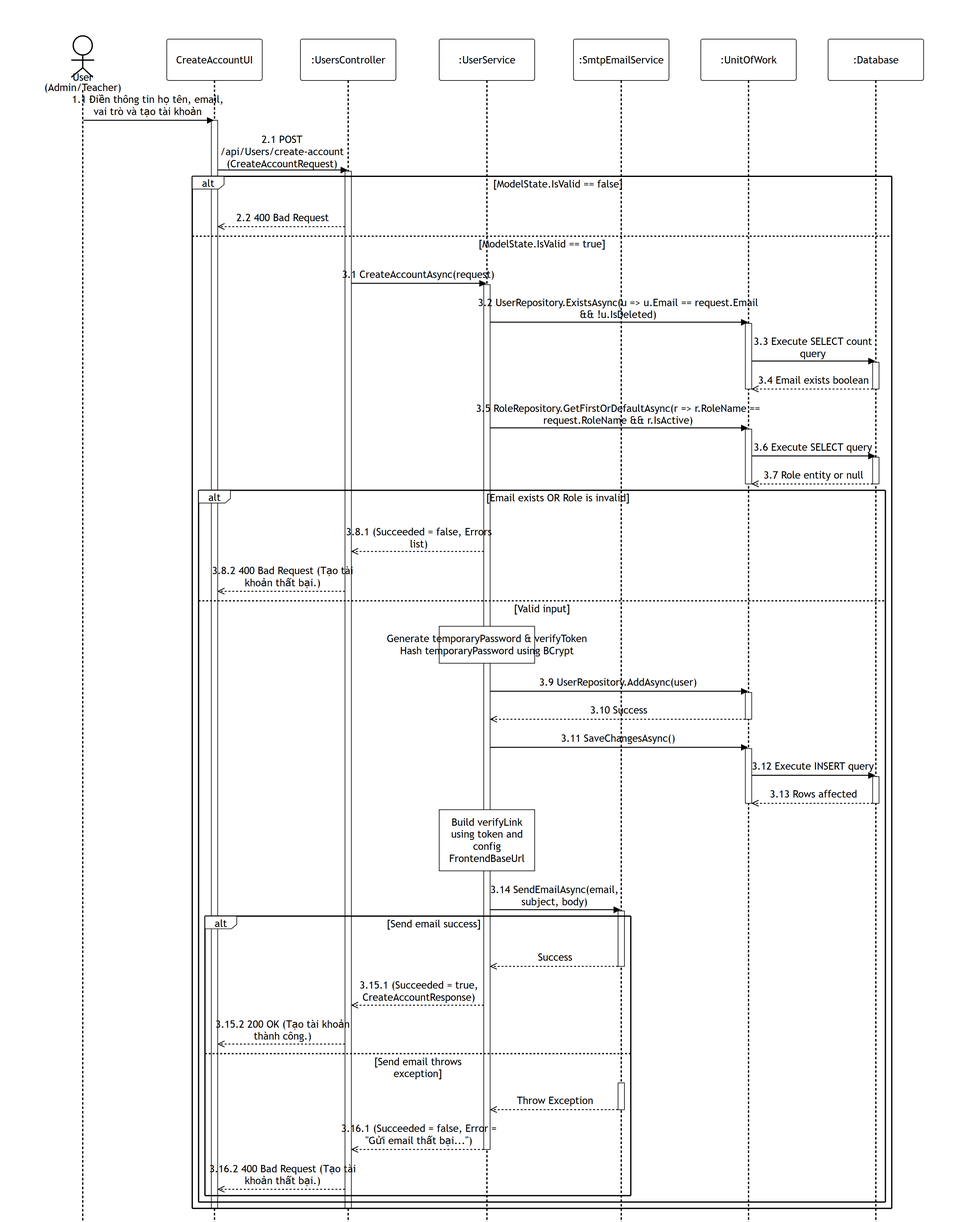
The Mermaid diagram 02-user-role-management/images/apis/create-account.png in PhucAnDev/docx-diagram, before a commit. Its source is kept beside it as 02-user-role-management/sequence-diagram/apis/create-account.mmd.
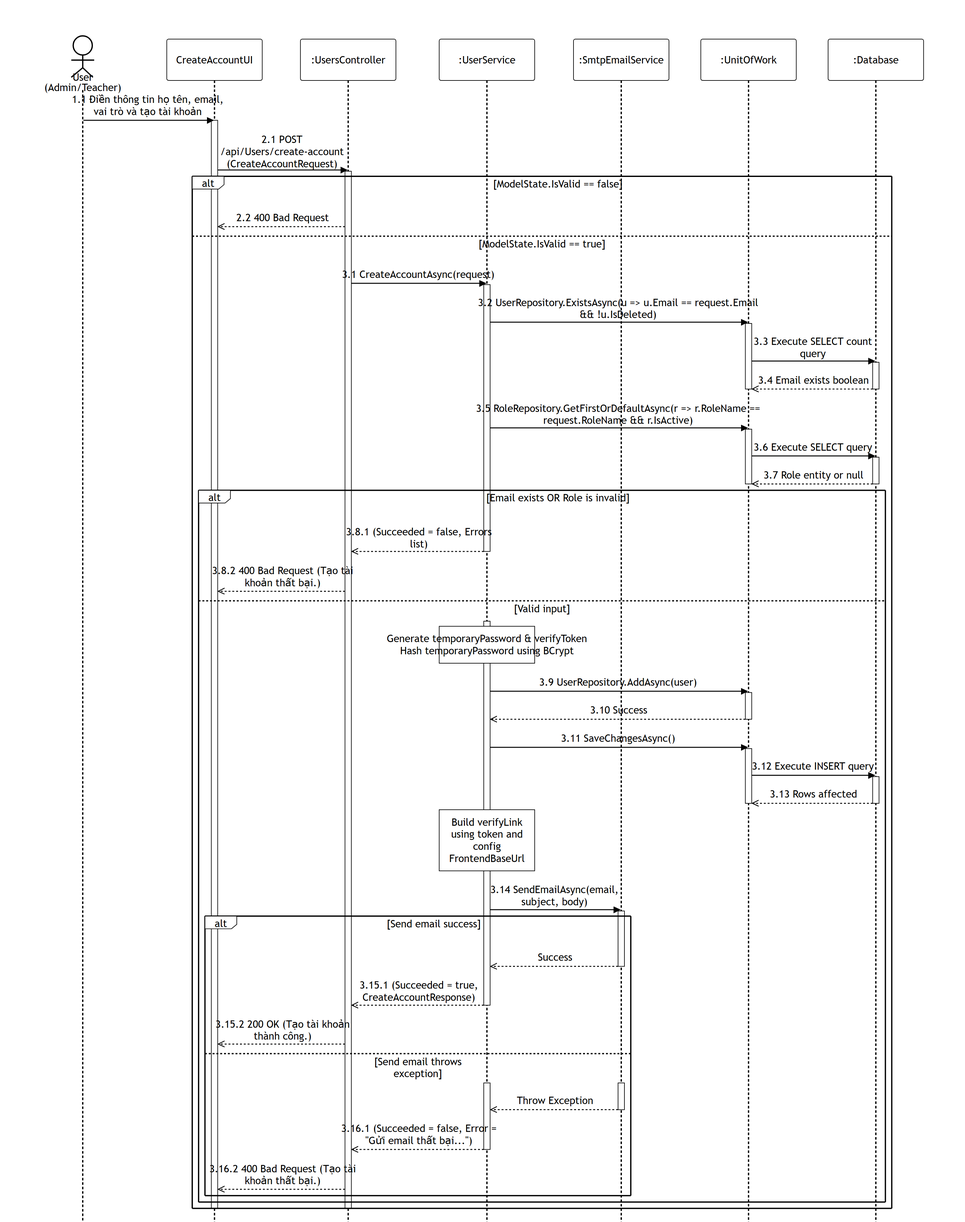
After the change.

Change to the diagram source:
```diff
@@ -41,6 +41,7 @@
             deactivate Service
             Endpoint-->>UI: 3.8.2 400 Bad Request (Tạo tài khoản thất bại.)
         else Valid input
+            activate Service
             note over Service: Generate temporaryPassword & verifyToken<br/>Hash temporaryPassword using BCrypt
 
             Service->>DB: 3.9 UserRepository.AddAsync(user)
@@ -68,6 +69,7 @@
                 deactivate Service
                 Endpoint-->>UI: 3.15.2 200 OK (Tạo tài khoản thành công.)
             else Send email throws exception
+                activate Service
                 activate Mail
                 Mail-->>Service: Throw Exception
                 deactivate Mail
```
